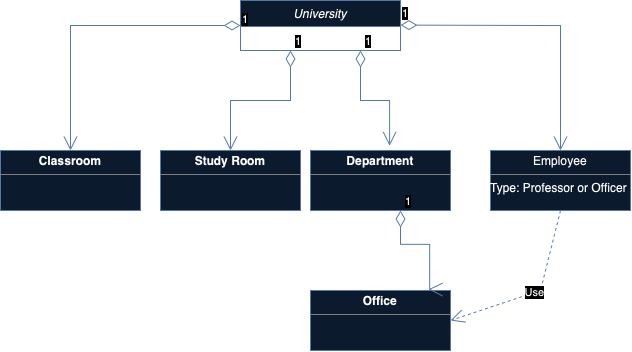
The draw.io diagram image.png in simay-uygur/Project-4--OOP-Representation, before a commit. Source tidied: cells renumbered, new cells last; positions are measured from the earlier drawing's top-left corner, leaving out a move shared by most shapes.
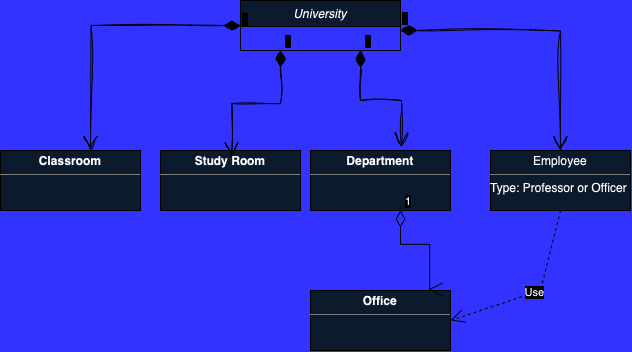
Above is the later version.

Diff of the diagram source:
```diff
@@ -1,75 +1,63 @@
-<mxGraphModel background="#ffffff">
+<mxGraphModel background="#3333FF">
   <root>
     <mxCell id="0" />
     <mxCell id="1" parent="0" />
-    <mxCell id="2" value="University" style="swimlane;fontStyle=2;align=center;verticalAlign=top;horizontal=1;startSize=26;rounded=0;shadow=0;strokeWidth=1;fillColor=#dae8fc;strokeColor=#6c8ebf;" parent="1" vertex="1">
+    <mxCell id="2" value="University" style="swimlane;fontStyle=2;align=center;verticalAlign=top;horizontal=1;startSize=26;rounded=0;shadow=0;strokeWidth=1;fillColor=#dae8fc;strokeColor=#FFFFFF;" parent="1" vertex="1">
       <mxGeometry x="240" width="160" height="50" as="geometry" />
     </mxCell>
-    <mxCell id="3" value="&lt;p style=&quot;margin:0px;margin-top:4px;text-align:center;&quot;&gt;&lt;b&gt;Classroom&lt;/b&gt;&lt;/p&gt;&lt;hr size=&quot;1&quot; style=&quot;border-style:solid;&quot;&gt;&lt;div style=&quot;height:2px;&quot;&gt;&lt;/div&gt;" style="verticalAlign=top;align=left;overflow=fill;html=1;whiteSpace=wrap;fillColor=#dae8fc;strokeColor=#6c8ebf;" parent="1" vertex="1">
+    <mxCell id="3" value="&lt;p style=&quot;margin:0px;margin-top:4px;text-align:center;&quot;&gt;&lt;b&gt;Classroom&lt;/b&gt;&lt;/p&gt;&lt;hr size=&quot;1&quot; style=&quot;border-style:solid;&quot;&gt;&lt;div style=&quot;height:2px;&quot;&gt;&lt;/div&gt;" style="verticalAlign=top;align=left;overflow=fill;html=1;whiteSpace=wrap;fillColor=#dae8fc;strokeColor=#FFFFFF;" parent="1" vertex="1">
       <mxGeometry y="150" width="140" height="60" as="geometry" />
     </mxCell>
-    <mxCell id="4" value="&lt;p style=&quot;margin:0px;margin-top:4px;text-align:center;&quot;&gt;&lt;b&gt;Study Room&lt;/b&gt;&lt;/p&gt;&lt;hr size=&quot;1&quot; style=&quot;border-style:solid;&quot;&gt;&lt;div style=&quot;height:2px;&quot;&gt;&lt;/div&gt;" style="verticalAlign=top;align=left;overflow=fill;html=1;whiteSpace=wrap;fillColor=#dae8fc;strokeColor=#6c8ebf;" parent="1" vertex="1">
+    <mxCell id="4" value="&lt;p style=&quot;margin:0px;margin-top:4px;text-align:center;&quot;&gt;&lt;b&gt;Study Room&lt;/b&gt;&lt;/p&gt;&lt;hr size=&quot;1&quot; style=&quot;border-style:solid;&quot;&gt;&lt;div style=&quot;height:2px;&quot;&gt;&lt;/div&gt;" style="verticalAlign=top;align=left;overflow=fill;html=1;whiteSpace=wrap;fillColor=#dae8fc;strokeColor=#FFFFFF;" parent="1" vertex="1">
       <mxGeometry x="160" y="150" width="140" height="60" as="geometry" />
     </mxCell>
-    <mxCell id="5" style="edgeStyle=orthogonalEdgeStyle;rounded=0;orthogonalLoop=1;jettySize=auto;html=1;exitX=0.5;exitY=1;exitDx=0;exitDy=0;fillColor=#dae8fc;strokeColor=#6c8ebf;" parent="1" edge="1" source="3" target="3">
+    <mxCell id="5" style="edgeStyle=orthogonalEdgeStyle;rounded=0;orthogonalLoop=1;jettySize=auto;html=1;exitX=0.5;exitY=1;exitDx=0;exitDy=0;fillColor=#dae8fc;strokeColor=#FFFFFF;" parent="1" edge="1" source="3" target="3">
       <mxGeometry relative="1" as="geometry" />
     </mxCell>
-    <mxCell id="6" value="&lt;p style=&quot;margin:0px;margin-top:4px;text-align:center;&quot;&gt;&lt;b&gt;Department&lt;/b&gt;&lt;/p&gt;&lt;hr size=&quot;1&quot; style=&quot;border-style:solid;&quot;&gt;&lt;div style=&quot;height:2px;&quot;&gt;&lt;/div&gt;" style="verticalAlign=top;align=left;overflow=fill;html=1;whiteSpace=wrap;fillColor=#dae8fc;strokeColor=#6c8ebf;" parent="1" vertex="1">
+    <mxCell id="6" value="&lt;p style=&quot;margin:0px;margin-top:4px;text-align:center;&quot;&gt;&lt;b&gt;Department&lt;/b&gt;&lt;/p&gt;&lt;hr size=&quot;1&quot; style=&quot;border-style:solid;&quot;&gt;&lt;div style=&quot;height:2px;&quot;&gt;&lt;/div&gt;" style="verticalAlign=top;align=left;overflow=fill;html=1;whiteSpace=wrap;fillColor=#dae8fc;strokeColor=#FFFFFF;" parent="1" vertex="1">
       <mxGeometry x="310" y="150" width="140" height="60" as="geometry" />
     </mxCell>
-    <mxCell id="7" value="&lt;p style=&quot;margin:0px;margin-top:4px;text-align:center;&quot;&gt;&lt;b&gt;Office&lt;/b&gt;&lt;/p&gt;&lt;hr size=&quot;1&quot; style=&quot;border-style:solid;&quot;&gt;&lt;div style=&quot;height:2px;&quot;&gt;&lt;br&gt;&lt;/div&gt;" style="verticalAlign=top;align=left;overflow=fill;html=1;whiteSpace=wrap;fillColor=#dae8fc;strokeColor=#6c8ebf;" parent="1" vertex="1">
+    <mxCell id="7" value="&lt;p style=&quot;margin:0px;margin-top:4px;text-align:center;&quot;&gt;&lt;b&gt;Office&lt;/b&gt;&lt;/p&gt;&lt;hr size=&quot;1&quot; style=&quot;border-style:solid;&quot;&gt;&lt;div style=&quot;height:2px;&quot;&gt;&lt;br&gt;&lt;/div&gt;" style="verticalAlign=top;align=left;overflow=fill;html=1;whiteSpace=wrap;fillColor=#dae8fc;strokeColor=#FFFFFF;" parent="1" vertex="1">
       <mxGeometry x="310" y="290" width="140" height="60" as="geometry" />
     </mxCell>
-    <mxCell id="8" value="Use" style="endArrow=open;endSize=12;dashed=1;html=1;rounded=0;exitX=0.5;exitY=1;exitDx=0;exitDy=0;entryX=1;entryY=0.5;entryDx=0;entryDy=0;fillColor=#dae8fc;strokeColor=#6c8ebf;" parent="1" edge="1" source="9" target="7">
+    <mxCell id="8" value="Use" style="endArrow=open;endSize=12;dashed=1;html=1;rounded=0;exitX=0.5;exitY=1;exitDx=0;exitDy=0;entryX=1;entryY=0.5;entryDx=0;entryDy=0;fillColor=#dae8fc;strokeColor=#FFFFFF;" parent="1" edge="1" source="9" target="7">
       <mxGeometry relative="1" as="geometry">
         <Array as="points">
           <mxPoint x="540" y="290" />
         </Array>
       </mxGeometry>
     </mxCell>
-    <mxCell id="9" value="&lt;p style=&quot;margin:0px;margin-top:4px;text-align:center;&quot;&gt;Employee&lt;/p&gt;&lt;hr size=&quot;1&quot; style=&quot;border-style:solid;&quot;&gt;&lt;div style=&quot;height:2px;&quot;&gt;Type: Professor or Officer&lt;/div&gt;" style="verticalAlign=top;align=left;overflow=fill;html=1;whiteSpace=wrap;fillColor=#dae8fc;strokeColor=#6c8ebf;" parent="1" vertex="1">
+    <mxCell id="9" value="&lt;p style=&quot;margin:0px;margin-top:4px;text-align:center;&quot;&gt;Employee&lt;/p&gt;&lt;hr size=&quot;1&quot; style=&quot;border-style:solid;&quot;&gt;&lt;div style=&quot;height:2px;&quot;&gt;Type: Professor or Officer&lt;/div&gt;" style="verticalAlign=top;align=left;overflow=fill;html=1;whiteSpace=wrap;fillColor=#dae8fc;strokeColor=#FFFFFF;" parent="1" vertex="1">
       <mxGeometry x="490" y="150" width="140" height="60" as="geometry" />
     </mxCell>
-    <mxCell id="10" value="1" style="endArrow=open;html=1;endSize=12;startArrow=diamondThin;startSize=14;startFill=0;edgeStyle=orthogonalEdgeStyle;align=left;verticalAlign=bottom;rounded=0;fillColor=#dae8fc;strokeColor=#6c8ebf;" parent="1" edge="1" target="9">
-      <mxGeometry x="-1" y="3" relative="1" as="geometry">
-        <mxPoint x="400" y="24.6" as="sourcePoint" />
-      </mxGeometry>
-    </mxCell>
+    <mxCell id="14" value="1" style="endArrow=open;html=1;endSize=12;startArrow=diamondThin;startSize=14;startFill=0;edgeStyle=orthogonalEdgeStyle;align=left;verticalAlign=bottom;rounded=0;entryX=0.565;entryY=-0.078;entryDx=0;entryDy=0;entryPerimeter=0;exitX=0.649;exitY=1.103;exitDx=0;exitDy=0;exitPerimeter=0;fillColor=#dae8fc;strokeColor=#FFFFFF;" parent="1" edge="1">
+      <mxGeometry x="-1" y="3" relative="1" as="geometry">
+        <mxPoint x="400" y="210" as="sourcePoint" />
+        <mxPoint x="428.1" y="288.8" as="targetPoint" />
+        <Array as="points">
+          <mxPoint x="400.1" y="243.8" />
+          <mxPoint x="429.1" y="243.8" />
+          <mxPoint x="429.1" y="288.8" />
+        </Array>
+      </mxGeometry>
+    </mxCell>
+    <mxCell id="15" value="1" style="endArrow=open;html=1;endSize=12;startArrow=diamondThin;startSize=14;startFill=1;edgeStyle=orthogonalEdgeStyle;align=left;verticalAlign=bottom;rounded=0;sketch=1;hachureGap=4;jiggle=2;curveFitting=1;fontFamily=Architects Daughter;fontSource=https%3A%2F%2Ffonts.googleapis.com%2Fcss%3Ffamily%3DArchitects%2BDaughter;strokeColor=#FFFFFF;entryX=0.5;entryY=0;entryDx=0;entryDy=0;" parent="1" edge="1" target="9">
+      <mxGeometry x="-1" y="3" relative="1" as="geometry">
+        <mxPoint x="400" y="30" as="sourcePoint" />
+      </mxGeometry>
+    </mxCell>
+    <mxCell id="16" value="1" style="endArrow=open;html=1;endSize=12;startArrow=diamondThin;startSize=14;startFill=1;edgeStyle=orthogonalEdgeStyle;align=left;verticalAlign=bottom;rounded=0;sketch=1;hachureGap=4;jiggle=2;curveFitting=1;fontFamily=Architects Daughter;fontSource=https%3A%2F%2Ffonts.googleapis.com%2Fcss%3Ffamily%3DArchitects%2BDaughter;strokeColor=#FFFFFF;entryX=0.5;entryY=0;entryDx=0;entryDy=0;exitX=0;exitY=0.5;exitDx=0;exitDy=0;" parent="1" edge="1" source="2">
+      <mxGeometry x="-1" y="3" relative="1" as="geometry">
+        <mxPoint x="90" y="150" as="targetPoint" />
+      </mxGeometry>
+    </mxCell>
-    <mxCell id="11" value="1" style="endArrow=open;html=1;endSize=12;startArrow=diamondThin;startSize=14;startFill=0;edgeStyle=orthogonalEdgeStyle;align=left;verticalAlign=bottom;rounded=0;entryX=0.565;entryY=-0.078;entryDx=0;entryDy=0;entryPerimeter=0;exitX=0.75;exitY=1;exitDx=0;exitDy=0;fillColor=#dae8fc;strokeColor=#6c8ebf;" parent="1" edge="1" source="2" target="6">
-      <mxGeometry x="-1" y="3" relative="1" as="geometry">
-        <Array as="points">
-          <mxPoint x="360" y="100" />
-          <mxPoint x="389" y="100" />
-        </Array>
-      </mxGeometry>
+    <mxCell id="11" value="1" style="endArrow=open;html=1;endSize=12;startArrow=diamondThin;startSize=14;startFill=1;edgeStyle=orthogonalEdgeStyle;align=left;verticalAlign=bottom;rounded=0;sketch=1;hachureGap=4;jiggle=2;curveFitting=1;fontFamily=Architects Daughter;fontSource=https%3A%2F%2Ffonts.googleapis.com%2Fcss%3Ffamily%3DArchitects%2BDaughter;strokeColor=#FFFFFF;entryX=0.649;entryY=-0.064;entryDx=0;entryDy=0;exitX=0.75;exitY=1;exitDx=0;exitDy=0;entryPerimeter=0;" parent="1" edge="1" source="2" target="6">
+      <mxGeometry x="-1" y="3" relative="1" as="geometry" />
     </mxCell>
-    <mxCell id="12" value="1" style="endArrow=open;html=1;endSize=12;startArrow=diamondThin;startSize=14;startFill=0;edgeStyle=orthogonalEdgeStyle;align=left;verticalAlign=bottom;rounded=0;entryX=0.5;entryY=0;entryDx=0;entryDy=0;fillColor=#dae8fc;strokeColor=#6c8ebf;" parent="1" edge="1" target="4">
-      <mxGeometry x="-1" y="3" relative="1" as="geometry">
-        <mxPoint x="290" y="50" as="sourcePoint" />
-        <Array as="points">
-          <mxPoint x="290" y="100" />
-          <mxPoint x="230" y="100" />
-        </Array>
-      </mxGeometry>
-    </mxCell>
-    <mxCell id="13" value="1" style="endArrow=open;html=1;endSize=12;startArrow=diamondThin;startSize=14;startFill=0;edgeStyle=orthogonalEdgeStyle;align=left;verticalAlign=bottom;rounded=0;entryX=0.5;entryY=0;entryDx=0;entryDy=0;fillColor=#dae8fc;strokeColor=#6c8ebf;" parent="1" edge="1" source="2">
-      <mxGeometry x="-1" y="3" relative="1" as="geometry">
-        <mxPoint x="70" y="150" as="targetPoint" />
-        <Array as="points">
-          <mxPoint x="70" y="25" />
-        </Array>
-      </mxGeometry>
-    </mxCell>
-    <mxCell id="14" value="1" style="endArrow=open;html=1;endSize=12;startArrow=diamondThin;startSize=14;startFill=0;edgeStyle=orthogonalEdgeStyle;align=left;verticalAlign=bottom;rounded=0;entryX=0.565;entryY=-0.078;entryDx=0;entryDy=0;entryPerimeter=0;exitX=0.649;exitY=1.103;exitDx=0;exitDy=0;exitPerimeter=0;fillColor=#dae8fc;strokeColor=#6c8ebf;" parent="1" edge="1">
-      <mxGeometry x="-1" y="3" relative="1" as="geometry">
-        <mxPoint x="400" y="210" as="sourcePoint" />
-        <mxPoint x="428.1" y="288.8" as="targetPoint" />
-        <Array as="points">
-          <mxPoint x="400.1" y="243.8" />
-          <mxPoint x="429.1" y="243.8" />
-          <mxPoint x="429.1" y="288.8" />
-        </Array>
-      </mxGeometry>
-    </mxCell>
+    <mxCell id="17" value="1" style="endArrow=open;html=1;endSize=12;startArrow=diamondThin;startSize=14;startFill=1;edgeStyle=orthogonalEdgeStyle;align=left;verticalAlign=bottom;rounded=0;sketch=1;hachureGap=4;jiggle=2;curveFitting=1;fontFamily=Architects Daughter;fontSource=https%3A%2F%2Ffonts.googleapis.com%2Fcss%3Ffamily%3DArchitects%2BDaughter;strokeColor=#FFFFFF;entryX=0.649;entryY=-0.064;entryDx=0;entryDy=0;exitX=0.25;exitY=1;exitDx=0;exitDy=0;entryPerimeter=0;" parent="1" edge="1" source="2">
+      <mxGeometry x="-1" y="3" relative="1" as="geometry">
+        <mxPoint x="231" y="156" as="targetPoint" />
+      </mxGeometry>
+    </mxCell>
   </root>
 </mxGraphModel>
```
